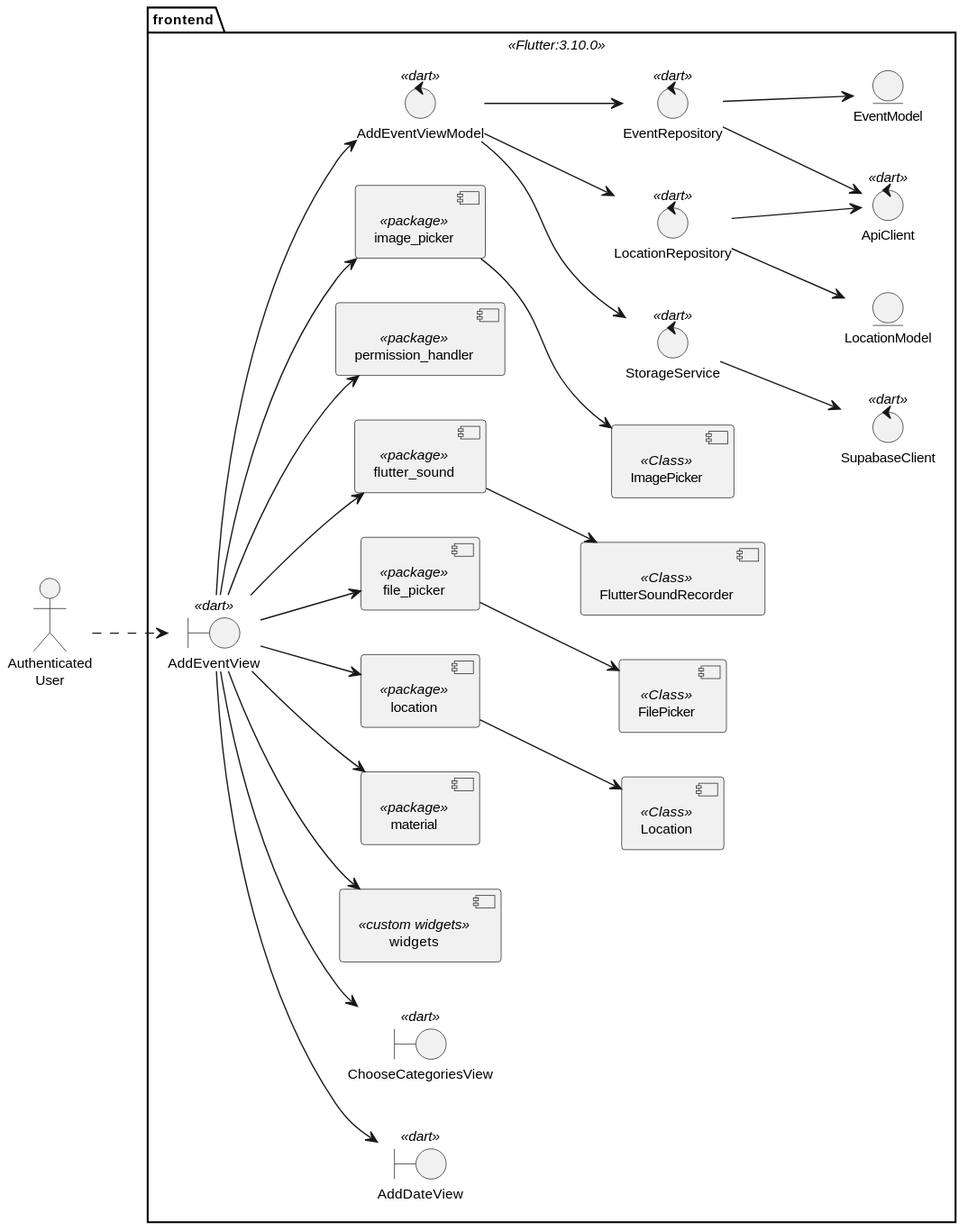
Before: Diseño/Flutter/UC 6 Diseño/diagramas/DesignClassDiagram.svg, a diagram exported from PlantUML (valeraruggierotesisucv/tesis-frameworks-mobile-diagrams). Its diagram source:
```plantuml
@startuml
skinparam style strictuml
skinparam defaultTextAlignment center
skinparam defaultFontSize 11
left to right direction
actor "Authenticated\nUser" as UserReg


package frontend <<Flutter:3.10.0>>{
    boundary "AddEventView" as addEventView << dart >>
    boundary "AddDateView" as addDateView << dart >>
    boundary "ChooseCategoriesView" as chooseCategoriesView << dart >>

    component "widgets" as widgets <<custom widgets>>
    component "material" as material <<package>>
    component "location" as locationPackage <<package>>
    component "file_picker" as flutterFilePicker <<package>>
    component "flutter_sound" as flutterSound <<package>>
    component "permission_handler" as permissionHandler <<package>>
    component "image_picker" as flutterImagePicker <<package>>

    component "Location" as location <<Class>>
    component "FilePicker" as filePicker <<Class>>
    component "FlutterSoundRecorder" as flutterSoundRecorder <<Class>>
    component "ImagePicker" as imagePicker <<Class>>

    control "EventRepository" as eventRepository << dart >>
    control "LocationRepository" as locationRepository << dart >>
    control "StorageService" as storageService << dart >>
    control "ApiClient" as apiClient << dart >>
    control "SupabaseClient" as supabaseClient << dart >>
    control "AddEventViewModel" as addEventViewModel << dart >>

    entity "EventModel" as eventModel
    entity "LocationModel" as locationModel

}

UserReg ..> addEventView

addEventView --> addDateView
addEventView --> chooseCategoriesView
addEventView --> widgets
addEventView --> material
addEventView --> locationPackage
addEventView --> flutterFilePicker
addEventView --> flutterSound
addEventView --> permissionHandler
addEventView --> flutterImagePicker
addEventView --> addEventViewModel

addEventViewModel --> eventRepository
addEventViewModel --> locationRepository
addEventViewModel --> storageService

eventRepository --> apiClient
eventRepository --> eventModel

locationRepository --> apiClient
locationRepository --> locationModel

storageService --> supabaseClient

locationPackage --> location
flutterFilePicker --> filePicker
flutterSound --> flutterSoundRecorder
flutterImagePicker --> imagePicker
@enduml
```
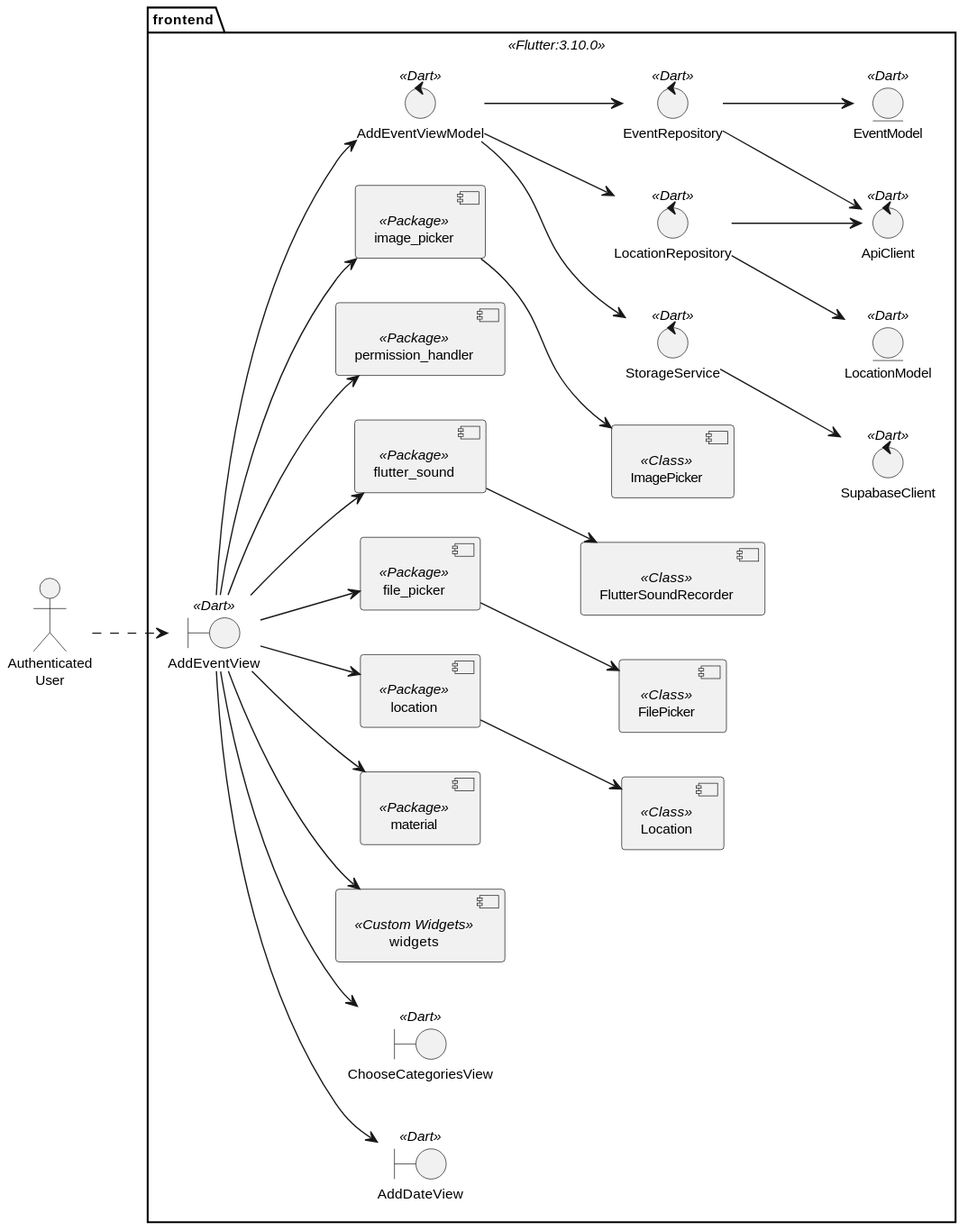
After the commit.

Diff of the diagram source:
```diff
@@ -7,32 +7,32 @@
 
 
 package frontend <<Flutter:3.10.0>>{
-    boundary "AddEventView" as addEventView << dart >>
-    boundary "AddDateView" as addDateView << dart >>
-    boundary "ChooseCategoriesView" as chooseCategoriesView << dart >>
+    boundary "AddEventView" as addEventView << Dart >>
+    boundary "AddDateView" as addDateView << Dart >>
+    boundary "ChooseCategoriesView" as chooseCategoriesView << Dart >>
 
-    component "widgets" as widgets <<custom widgets>>
-    component "material" as material <<package>>
-    component "location" as locationPackage <<package>>
-    component "file_picker" as flutterFilePicker <<package>>
-    component "flutter_sound" as flutterSound <<package>>
-    component "permission_handler" as permissionHandler <<package>>
-    component "image_picker" as flutterImagePicker <<package>>
+    component "widgets" as widgets <<Custom Widgets>>
+    component "material" as material <<Package>>
+    component "location" as locationPackage <<Package>>
+    component "file_picker" as flutterFilePicker <<Package>>
+    component "flutter_sound" as flutterSound <<Package>>
+    component "permission_handler" as permissionHandler <<Package>>
+    component "image_picker" as flutterImagePicker <<Package>>
 
     component "Location" as location <<Class>>
     component "FilePicker" as filePicker <<Class>>
     component "FlutterSoundRecorder" as flutterSoundRecorder <<Class>>
     component "ImagePicker" as imagePicker <<Class>>
 
-    control "EventRepository" as eventRepository << dart >>
-    control "LocationRepository" as locationRepository << dart >>
-    control "StorageService" as storageService << dart >>
-    control "ApiClient" as apiClient << dart >>
-    control "SupabaseClient" as supabaseClient << dart >>
-    control "AddEventViewModel" as addEventViewModel << dart >>
+    control "EventRepository" as eventRepository << Dart >>
+    control "LocationRepository" as locationRepository << Dart >>
+    control "StorageService" as storageService << Dart >>
+    control "ApiClient" as apiClient << Dart >>
+    control "SupabaseClient" as supabaseClient << Dart >>
+    control "AddEventViewModel" as addEventViewModel << Dart >>
 
-    entity "EventModel" as eventModel
-    entity "LocationModel" as locationModel
+    entity "EventModel" as eventModel << Dart >>
+    entity "LocationModel" as locationModel << Dart >>
 
 }
 
```
